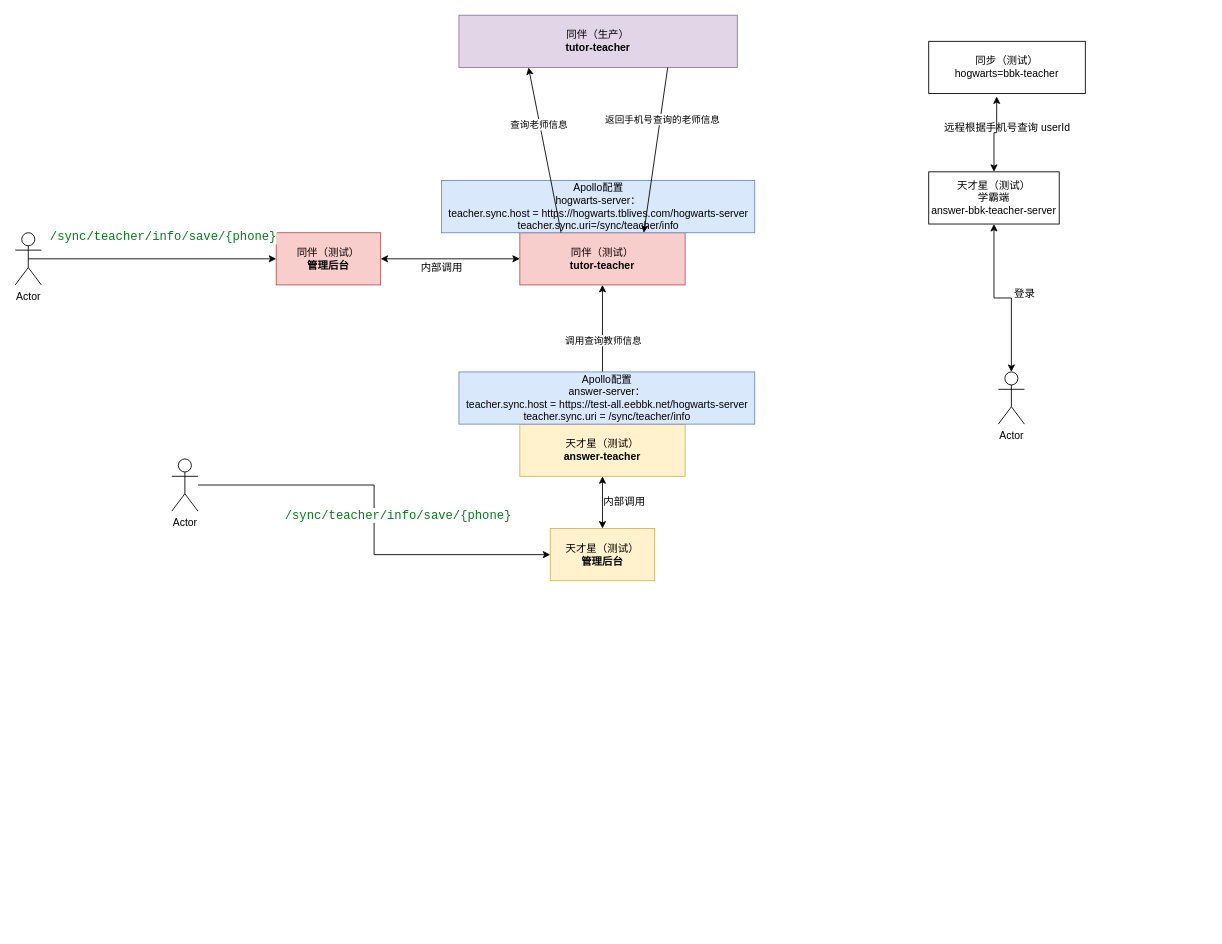
Earlier version of the draw.io diagram Untitled Diagram.drawio (wangyu4354/wang). Source tidied: cells renumbered, new cells numbered last; positions are measured from the earlier drawing's top-left corner, leaving out a move shared by most shapes. Both pictures are drawn from the tidied source at 87%, with x=0, y=0 at pixel (15, 15).
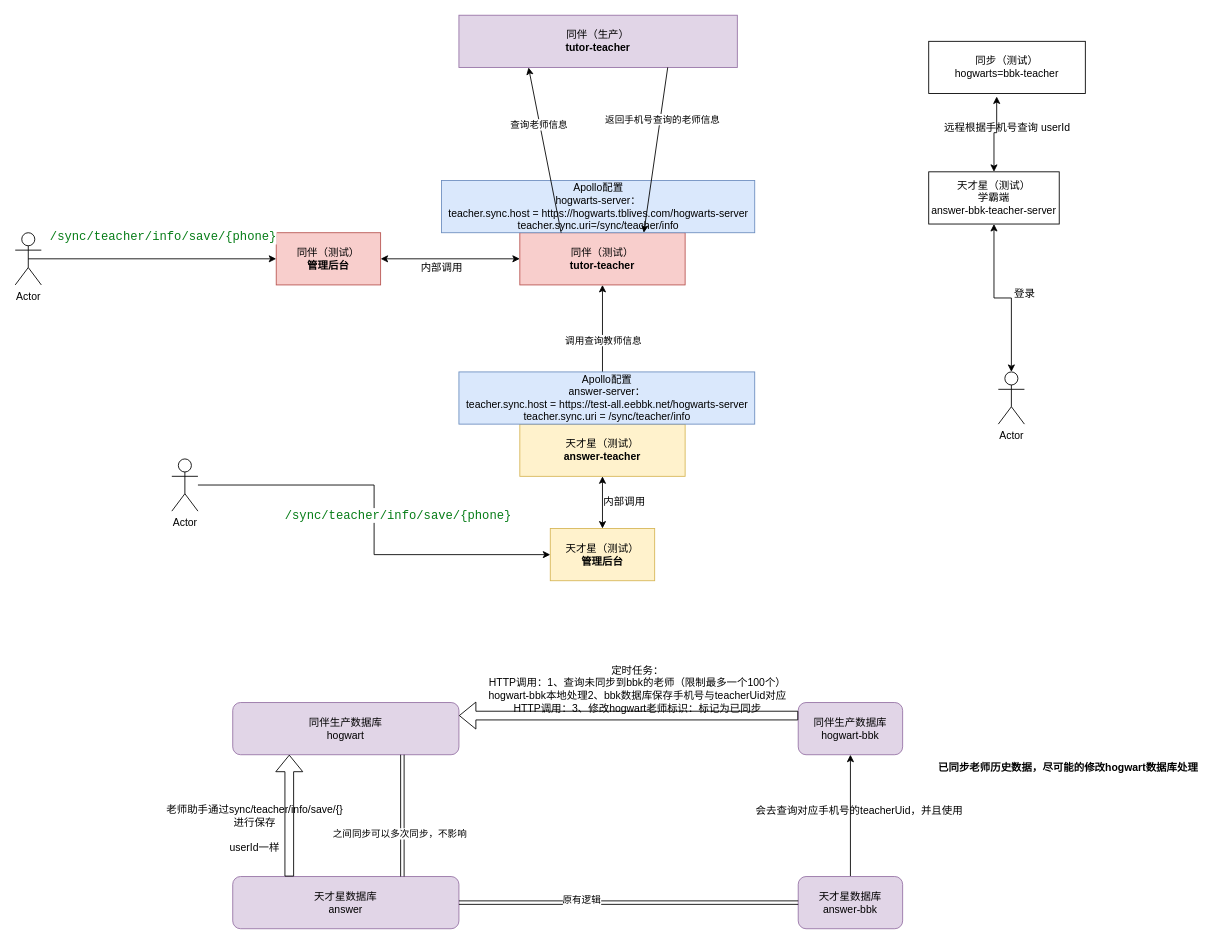
After the change.

Commit message:
完善老师同步方案图.drawio

What changed in the source:
```diff
@@
+    <mxCell id="32" value="同伴生产数据库&lt;br&gt;hogwart" style="rounded=1;whiteSpace=wrap;html=1;fillColor=#e1d5e7;strokeColor=#9673a6;" parent="1" vertex="1">
+      <mxGeometry x="250" y="790" width="260" height="60" as="geometry" />
+    </mxCell>
+    <mxCell id="33" value="同伴生产数据库&lt;br&gt;hogwart-bbk" style="rounded=1;whiteSpace=wrap;html=1;fillColor=#e1d5e7;strokeColor=#9673a6;" parent="1" vertex="1">
+      <mxGeometry x="900" y="790" width="120" height="60" as="geometry" />
+    </mxCell>
+    <mxCell id="34" value="天才星数据库&lt;br&gt;answer" style="rounded=1;whiteSpace=wrap;html=1;fillColor=#e1d5e7;strokeColor=#9673a6;" parent="1" vertex="1">
+      <mxGeometry x="250" y="990" width="260" height="60" as="geometry" />
+    </mxCell>
+    <mxCell id="35" style="edgeStyle=orthogonalEdgeStyle;rounded=0;jettySize=auto;html=1;entryX=0.5;entryY=1;entryDx=0;entryDy=0;" parent="1" edge="1" source="36" target="33">
+      <mxGeometry relative="1" as="geometry" />
+    </mxCell>
+    <mxCell id="36" value="天才星数据库&lt;br&gt;answer-bbk" style="rounded=1;whiteSpace=wrap;html=1;fillColor=#e1d5e7;strokeColor=#9673a6;" parent="1" vertex="1">
+      <mxGeometry x="900" y="990" width="120" height="60" as="geometry" />
+    </mxCell>
+    <mxCell id="37" style="shape=flexArrow;endArrow=classic;html=1;rounded=0;entryX=0.25;entryY=1;entryDx=0;entryDy=0;exitX=0.25;exitY=0;exitDx=0;exitDy=0;" parent="1" edge="1" source="34" target="32">
+      <mxGeometry relative="1" as="geometry" />
+    </mxCell>
+    <mxCell id="38" value="老师助手通过sync/teacher/info/save/{}&lt;br&gt;进行保存&lt;br&gt;&lt;br&gt;userId一样" style="text;html=1;align=center;verticalAlign=middle;strokeColor=none;fillColor=none;" parent="1" vertex="1">
+      <mxGeometry x="160" y="900" width="230" height="70" as="geometry" />
+    </mxCell>
+    <mxCell id="39" style="shape=flexArrow;endArrow=classic;html=1;rounded=0;entryX=1;entryY=0.25;entryDx=0;entryDy=0;exitX=0;exitY=0.25;exitDx=0;exitDy=0;" parent="1" edge="1" source="33" target="32">
+      <mxGeometry relative="1" as="geometry" />
+    </mxCell>
+    <mxCell id="40" value="定时任务：&lt;br&gt;HTTP调用：1、查询未同步到bbk的老师（限制最多一个100个）&lt;br&gt;hogwart-bbk本地处理2、bbk数据库保存手机号与teacherUid对应&lt;br&gt;HTTP调用：3、修改hogwart老师标识：标记为已同步" style="text;html=1;align=center;verticalAlign=middle;strokeColor=none;fillColor=none;" parent="1" vertex="1">
+      <mxGeometry x="530" y="740" width="370" height="70" as="geometry" />
+    </mxCell>
+    <mxCell id="41" value="会去查询对应手机号的teacherUid，并且使用" style="text;html=1;align=center;verticalAlign=middle;strokeColor=none;fillColor=none;" parent="1" vertex="1">
+      <mxGeometry x="840" y="900" width="260" height="30" as="geometry" />
+    </mxCell>
+    <mxCell id="42" style="shape=link;endArrow=classic;html=1;rounded=0;entryX=0;entryY=0.5;entryDx=0;entryDy=0;exitX=1;exitY=0.5;exitDx=0;exitDy=0;" parent="1" edge="1" source="34" target="36">
+      <mxGeometry relative="1" as="geometry" />
+    </mxCell>
+    <mxCell id="43" value="原有逻辑" style="edgeLabel;html=1;align=center;verticalAlign=middle;" parent="42" vertex="1">
+      <mxGeometry x="-0.28" y="4" relative="1" as="geometry" />
+    </mxCell>
+    <mxCell id="44" style="shape=link;endArrow=classic;html=1;rounded=0;exitX=0.75;exitY=0;exitDx=0;exitDy=0;entryX=0.75;entryY=1;entryDx=0;entryDy=0;" parent="1" edge="1" source="34" target="32">
+      <mxGeometry relative="1" as="geometry" />
+    </mxCell>
+    <mxCell id="45" value="之间同步可以多次同步，不影响" style="edgeLabel;html=1;align=center;verticalAlign=middle;" parent="44" vertex="1">
+      <mxGeometry x="-0.28" y="4" relative="1" as="geometry" />
+    </mxCell>
+    <mxCell id="46" value="&lt;b&gt;已同步老师历史数据，尽可能的修改hogwart数据库处理&lt;/b&gt;" style="text;html=1;align=center;verticalAlign=middle;strokeColor=none;fillColor=none;" parent="1" vertex="1">
+      <mxGeometry x="1050" y="850" width="320" height="30" as="geometry" />
+    </mxCell>
```
